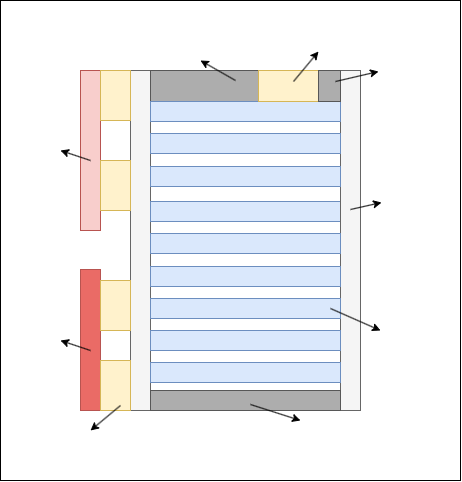
rfih/Doorframe keeps this draw.io diagram as yipaiyikong_kunci_elektrik_menkongqi.png. Above is the earlier version. Source tidied: cells renumbered, new cells last; positions are measured from the earlier drawing's top-left corner, leaving out a move shared by most shapes. Source of this version:
```xml
<mxGraphModel>
  <root>
    <mxCell id="0" />
    <mxCell id="1" parent="0" />
    <mxCell id="2" style="rounded=0;whiteSpace=wrap;html=1;" parent="1" vertex="1">
      <mxGeometry width="460" height="480" as="geometry" />
    </mxCell>
    <mxCell id="3" style="rounded=0;whiteSpace=wrap;html=1;fillColor=#f5f5f5;fontColor=#333333;strokeColor=#666666;" parent="1" vertex="1">
      <mxGeometry x="130" y="70" width="20" height="340" as="geometry" />
    </mxCell>
    <mxCell id="4" style="rounded=0;whiteSpace=wrap;html=1;fillColor=#dae8fc;strokeColor=#6c8ebf;" parent="1" vertex="1">
      <mxGeometry x="150" y="201" width="190" height="20" as="geometry" />
    </mxCell>
    <mxCell id="5" style="rounded=0;whiteSpace=wrap;html=1;fillColor=#f5f5f5;fontColor=#333333;strokeColor=#666666;" parent="1" vertex="1">
      <mxGeometry x="340" y="70" width="20" height="340" as="geometry" />
    </mxCell>
    <mxCell id="6" style="rounded=0;whiteSpace=wrap;html=1;fillColor=#dae8fc;strokeColor=#6c8ebf;" parent="1" vertex="1">
      <mxGeometry x="150" y="298" width="190" height="20" as="geometry" />
    </mxCell>
    <mxCell id="7" style="rounded=0;whiteSpace=wrap;html=1;fillColor=#ADADAD;strokeColor=#575757;fontColor=#333333;" parent="1" vertex="1">
      <mxGeometry x="150" y="70" width="108" height="31" as="geometry" />
    </mxCell>
    <mxCell id="8" style="rounded=0;whiteSpace=wrap;html=1;fillColor=#ADADAD;strokeColor=#575757;fontColor=#333333;" parent="1" vertex="1">
      <mxGeometry x="150" y="390" width="190" height="20" as="geometry" />
    </mxCell>
    <mxCell id="9" style="rounded=0;whiteSpace=wrap;html=1;fillColor=#dae8fc;strokeColor=#6c8ebf;" parent="1" vertex="1">
      <mxGeometry x="150" y="330" width="190" height="20" as="geometry" />
    </mxCell>
    <mxCell id="10" style="endArrow=classic;html=1;rounded=0;" parent="1" edge="1">
      <mxGeometry relative="1" as="geometry">
        <mxPoint x="330" y="308" as="sourcePoint" />
        <mxPoint x="380" y="330" as="targetPoint" />
      </mxGeometry>
    </mxCell>
    <mxCell id="11" style="endArrow=classic;html=1;rounded=0;" parent="1" edge="1">
      <mxGeometry relative="1" as="geometry">
        <mxPoint x="350" y="209" as="sourcePoint" />
        <mxPoint x="381" y="202" as="targetPoint" />
      </mxGeometry>
    </mxCell>
    <mxCell id="12" style="rounded=0;whiteSpace=wrap;html=1;fillColor=#dae8fc;strokeColor=#6c8ebf;" parent="1" vertex="1">
      <mxGeometry x="150" y="133" width="190" height="20" as="geometry" />
    </mxCell>
    <mxCell id="13" style="rounded=0;whiteSpace=wrap;html=1;fillColor=#f8cecc;strokeColor=#B85450;" parent="1" vertex="1">
      <mxGeometry x="80" y="70" width="20" height="160" as="geometry" />
    </mxCell>
    <mxCell id="14" style="rounded=0;whiteSpace=wrap;html=1;fillColor=#EA6B66;strokeColor=#B85450;" parent="1" vertex="1">
      <mxGeometry x="80" y="269" width="20" height="141" as="geometry" />
    </mxCell>
    <mxCell id="15" style="rounded=0;whiteSpace=wrap;html=1;fillColor=#fff2cc;strokeColor=#d6b656;" parent="1" vertex="1">
      <mxGeometry x="100" y="280" width="30" height="50" as="geometry" />
    </mxCell>
    <mxCell id="16" style="rounded=0;whiteSpace=wrap;html=1;fillColor=#fff2cc;strokeColor=#d6b656;" parent="1" vertex="1">
      <mxGeometry x="100" y="360" width="30" height="50" as="geometry" />
    </mxCell>
    <mxCell id="17" style="rounded=0;whiteSpace=wrap;html=1;fillColor=#fff2cc;strokeColor=#d6b656;" parent="1" vertex="1">
      <mxGeometry x="100" y="160" width="30" height="50" as="geometry" />
    </mxCell>
    <mxCell id="18" style="rounded=0;whiteSpace=wrap;html=1;fillColor=#fff2cc;strokeColor=#d6b656;" parent="1" vertex="1">
      <mxGeometry x="100" y="70" width="30" height="50" as="geometry" />
    </mxCell>
    <mxCell id="19" style="endArrow=classic;html=1;rounded=0;" parent="1" edge="1">
      <mxGeometry relative="1" as="geometry">
        <mxPoint x="90" y="160" as="sourcePoint" />
        <mxPoint x="60" y="150" as="targetPoint" />
      </mxGeometry>
    </mxCell>
    <mxCell id="20" style="endArrow=classic;html=1;rounded=0;" parent="1" edge="1">
      <mxGeometry relative="1" as="geometry">
        <mxPoint x="90" y="350" as="sourcePoint" />
        <mxPoint x="60" y="340" as="targetPoint" />
      </mxGeometry>
    </mxCell>
    <mxCell id="21" style="endArrow=classic;html=1;rounded=0;" parent="1" edge="1">
      <mxGeometry relative="1" as="geometry">
        <mxPoint x="120" y="405" as="sourcePoint" />
        <mxPoint x="90" y="430" as="targetPoint" />
      </mxGeometry>
    </mxCell>
    <mxCell id="22" style="endArrow=classic;html=1;rounded=0;" parent="1" edge="1">
      <mxGeometry relative="1" as="geometry">
        <mxPoint x="235" y="80" as="sourcePoint" />
        <mxPoint x="200" y="60" as="targetPoint" />
      </mxGeometry>
    </mxCell>
    <mxCell id="23" style="endArrow=classic;html=1;rounded=0;" parent="1" edge="1">
      <mxGeometry relative="1" as="geometry">
        <mxPoint x="250" y="404" as="sourcePoint" />
        <mxPoint x="300" y="420" as="targetPoint" />
      </mxGeometry>
    </mxCell>
    <mxCell id="24" style="rounded=0;whiteSpace=wrap;html=1;fillColor=#dae8fc;strokeColor=#6c8ebf;" parent="1" vertex="1">
      <mxGeometry x="150" y="233" width="190" height="20" as="geometry" />
    </mxCell>
    <mxCell id="25" style="rounded=0;whiteSpace=wrap;html=1;fillColor=#dae8fc;strokeColor=#6c8ebf;" parent="1" vertex="1">
      <mxGeometry x="150" y="266" width="190" height="20" as="geometry" />
    </mxCell>
    <mxCell id="26" style="rounded=0;whiteSpace=wrap;html=1;fillColor=#dae8fc;strokeColor=#6c8ebf;" parent="1" vertex="1">
      <mxGeometry x="150" y="362" width="190" height="20" as="geometry" />
    </mxCell>
    <mxCell id="27" style="rounded=0;whiteSpace=wrap;html=1;fillColor=#dae8fc;strokeColor=#6c8ebf;" parent="1" vertex="1">
      <mxGeometry x="150" y="166" width="190" height="20" as="geometry" />
    </mxCell>
    <mxCell id="28" style="rounded=0;whiteSpace=wrap;html=1;fillColor=#dae8fc;strokeColor=#6c8ebf;" parent="1" vertex="1">
      <mxGeometry x="150" y="101" width="190" height="20" as="geometry" />
    </mxCell>
    <mxCell id="29" style="rounded=0;whiteSpace=wrap;html=1;fillColor=#fff2cc;strokeColor=#d6b656;" parent="1" vertex="1">
      <mxGeometry x="258" y="70" width="60" height="31" as="geometry" />
    </mxCell>
    <mxCell id="30" style="rounded=0;whiteSpace=wrap;html=1;fillColor=#ADADAD;strokeColor=#575757;fontColor=#333333;" parent="1" vertex="1">
      <mxGeometry x="318" y="70" width="22" height="31" as="geometry" />
    </mxCell>
    <mxCell id="31" style="endArrow=classic;html=1;rounded=0;" parent="1" edge="1">
      <mxGeometry relative="1" as="geometry">
        <mxPoint x="293" y="81" as="sourcePoint" />
        <mxPoint x="318" y="51" as="targetPoint" />
      </mxGeometry>
    </mxCell>
    <mxCell id="32" style="endArrow=classic;html=1;rounded=0;" parent="1" edge="1">
      <mxGeometry relative="1" as="geometry">
        <mxPoint x="335" y="81" as="sourcePoint" />
        <mxPoint x="378" y="71" as="targetPoint" />
      </mxGeometry>
    </mxCell>
  </root>
</mxGraphModel>
```
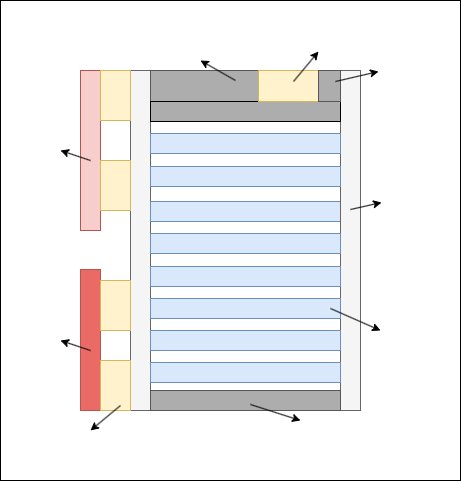
After the commit.

The edit, as a diff of the source:
```diff
@@ -101,7 +101,7 @@
     <mxCell id="27" style="rounded=0;whiteSpace=wrap;html=1;fillColor=#dae8fc;strokeColor=#6c8ebf;" parent="1" vertex="1">
       <mxGeometry x="150" y="166" width="190" height="20" as="geometry" />
     </mxCell>
-    <mxCell id="28" style="rounded=0;whiteSpace=wrap;html=1;fillColor=#dae8fc;strokeColor=#6c8ebf;" parent="1" vertex="1">
+    <mxCell id="28" style="rounded=0;whiteSpace=wrap;html=1;fillColor=#ADADAD;strokeColor=#000000;" parent="1" vertex="1">
       <mxGeometry x="150" y="101" width="190" height="20" as="geometry" />
     </mxCell>
     <mxCell id="29" style="rounded=0;whiteSpace=wrap;html=1;fillColor=#fff2cc;strokeColor=#d6b656;" parent="1" vertex="1">
```
